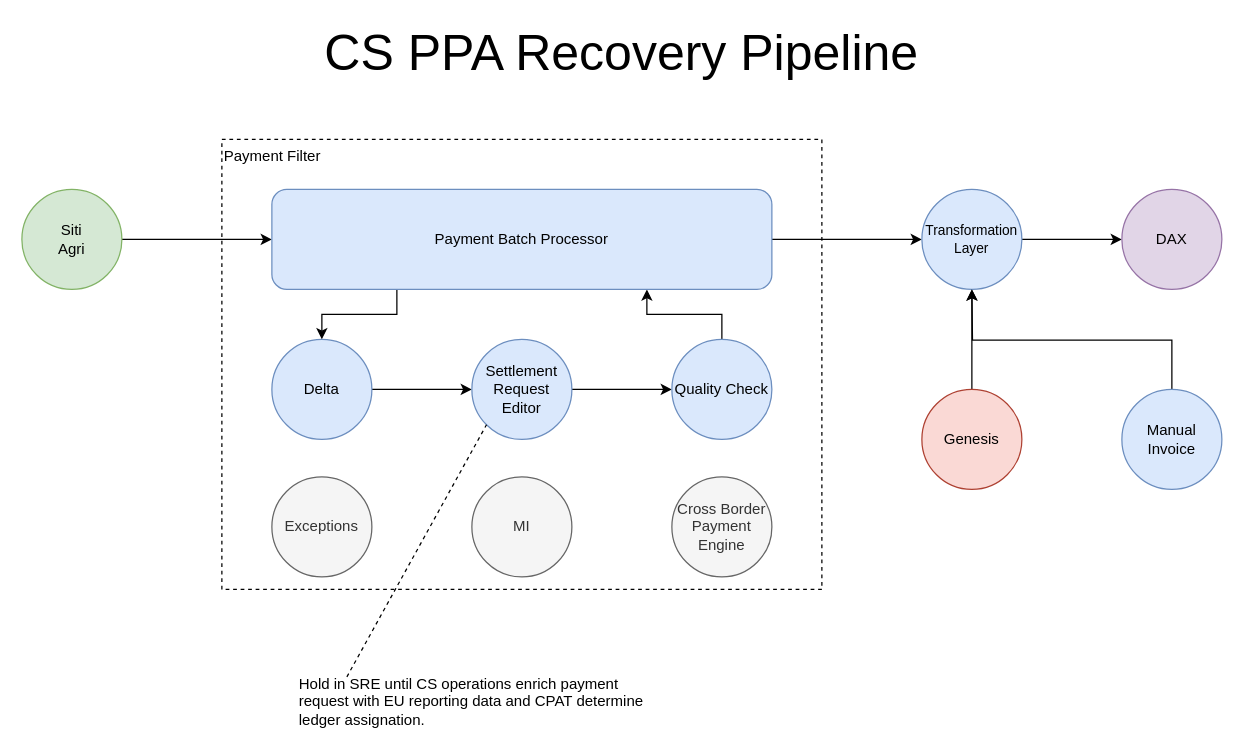
Before: CS_SRE.drawio in johnwatson484/diagrams, a draw.io diagram. Source tidied: cells renumbered, new cells numbered last; positions are measured from the earlier drawing's top-left corner, leaving out a move shared by most shapes. Both pictures are drawn from the tidied source at 125%, with x=0, y=0 at pixel (21, 39).
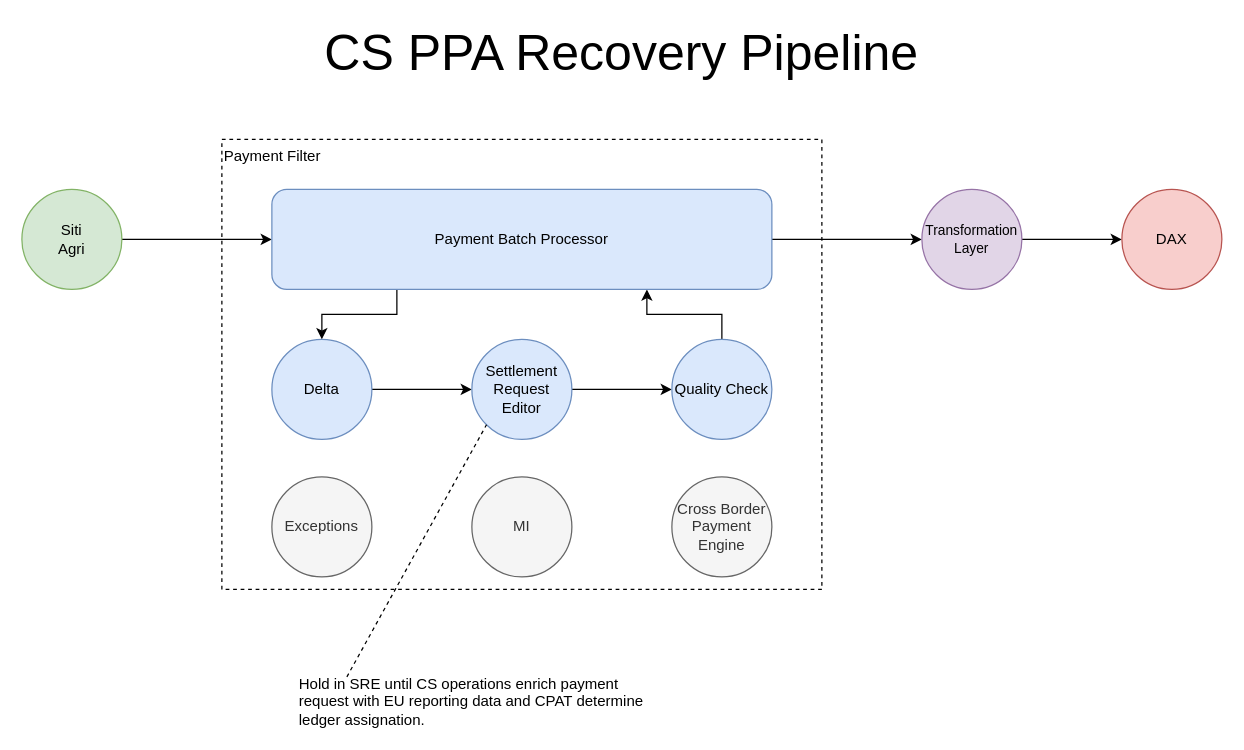
The same page after the edit.

The edit, as a diff of the source:
```diff
@@
-    <mxCell id="18" value="Transformation&lt;br style=&quot;font-size: 11px;&quot;&gt;Layer" style="ellipse;whiteSpace=wrap;html=1;fontSize=11;fillColor=#dae8fc;strokeColor=#6c8ebf;" parent="1" vertex="1">
+    <mxCell id="18" value="Transformation&lt;br style=&quot;font-size: 11px;&quot;&gt;Layer" style="ellipse;whiteSpace=wrap;html=1;fontSize=11;fillColor=#e1d5e7;strokeColor=#9673a6;" parent="1" vertex="1">
       <mxGeometry x="720" y="120" width="80" height="80" as="geometry" />
     </mxCell>
-    <mxCell id="19" value="DAX" style="ellipse;whiteSpace=wrap;html=1;fillColor=#e1d5e7;strokeColor=#9673a6;" parent="1" vertex="1">
+    <mxCell id="19" value="DAX" style="ellipse;whiteSpace=wrap;html=1;fillColor=#f8cecc;strokeColor=#b85450;" parent="1" vertex="1">
       <mxGeometry x="880" y="120" width="80" height="80" as="geometry" />
     </mxCell>
-    <mxCell id="20" style="edgeStyle=orthogonalEdgeStyle;rounded=0;jettySize=auto;html=1;fontSize=11;" parent="1" edge="1" source="21" target="18">
-      <mxGeometry relative="1" as="geometry" />
-    </mxCell>
-    <mxCell id="21" value="Genesis" style="ellipse;whiteSpace=wrap;html=1;fillColor=#fad9d5;strokeColor=#ae4132;" parent="1" vertex="1">
-      <mxGeometry x="720" y="280" width="80" height="80" as="geometry" />
-    </mxCell>
-    <mxCell id="22" style="edgeStyle=orthogonalEdgeStyle;rounded=0;jettySize=auto;html=1;exitX=0.5;exitY=0;exitDx=0;exitDy=0;fontSize=11;" parent="1" edge="1" source="23">
-      <mxGeometry relative="1" as="geometry">
-        <mxPoint x="760" y="200" as="targetPoint" />
-      </mxGeometry>
-    </mxCell>
-    <mxCell id="23" value="Manual Invoice" style="ellipse;whiteSpace=wrap;html=1;fillColor=#dae8fc;strokeColor=#6c8ebf;" parent="1" vertex="1">
-      <mxGeometry x="880" y="280" width="80" height="80" as="geometry" />
-    </mxCell>
```
